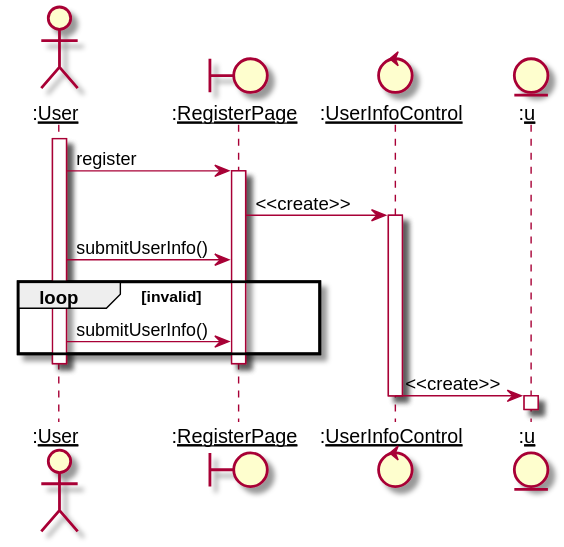
Above: 需求定义和分析/SeqDiagram/register.svg in kpp19920121/doc (PlantUML), before the change.
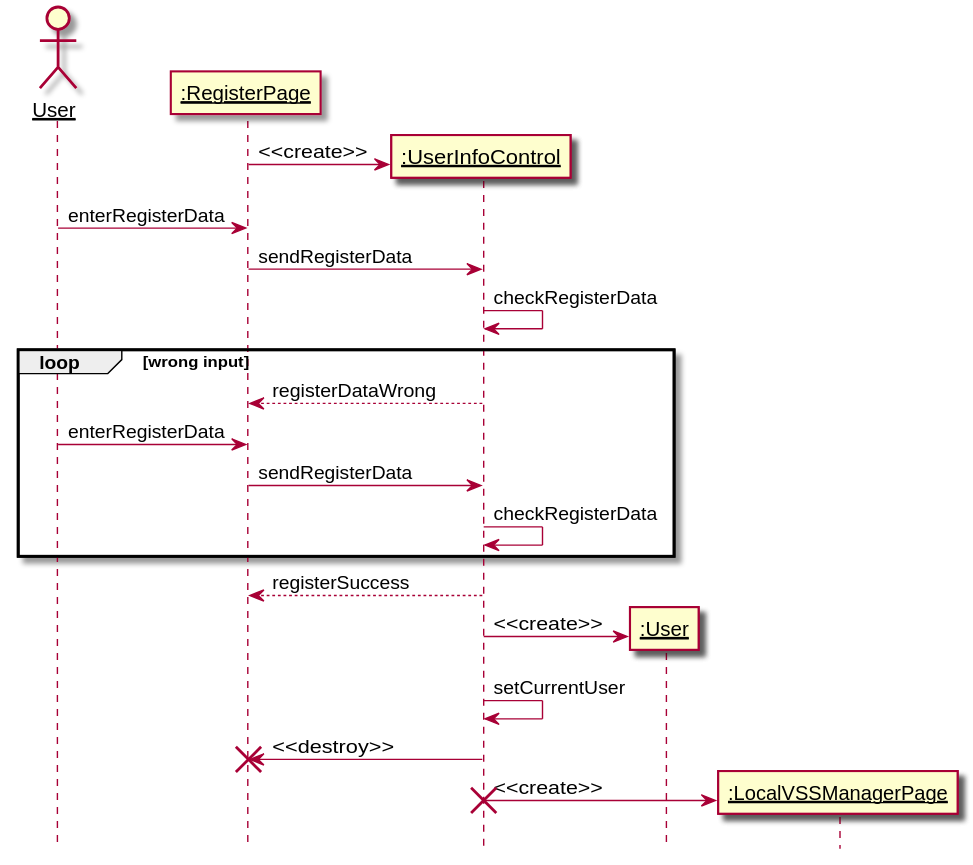
The same diagram one commit later.

Change to the diagram source:
```diff
@@ -1,22 +1,31 @@
-@startuml
-actor ":__User__" as User
-boundary ":__RegisterPage__" as RegisterPage
-control ":__UserInfoControl__" as UserInfoControl
-entity ":__u__" as User_Object
+@startuml Register
+hide footbox
+skinparam sequenceParticipant underline
 
-activate User
-User -> RegisterPage: register
-activate RegisterPage
-RegisterPage -> UserInfoControl: <<create>>
-activate UserInfoControl
-User -> RegisterPage: submitUserInfo()
-loop invalid
-    User -> RegisterPage: submitUserInfo()
+actor User as user
+participant ":RegisterPage" as boundary
+participant ":UserInfoControl" as control
+participant ":User" as userdata
+participant ":LocalVSSManagerPage" as nextpage
+
+create control
+boundary -> control: <<create>>
+user -> boundary: enterRegisterData
+boundary -> control: sendRegisterData
+control -> control: checkRegisterData
+loop wrong input
+    control --> boundary: registerDataWrong
+    user -> boundary: enterRegisterData
+    boundary -> control: sendRegisterData
+    control -> control: checkRegisterData
 end
-deactivate User
-deactivate RegisterPage
-UserInfoControl -> User_Object: <<create>>
-deactivate UserInfoControl
-activate User_Object
-deactivate User_Object
+control --> boundary: registerSuccess
+create userdata
+control -> userdata: <<create>>
+control -> control: setCurrentUser
+control -> boundary: <<destroy>>
+destroy boundary
+create nextpage
+control -> nextpage: <<create>>
+destroy control
 @enduml
```
